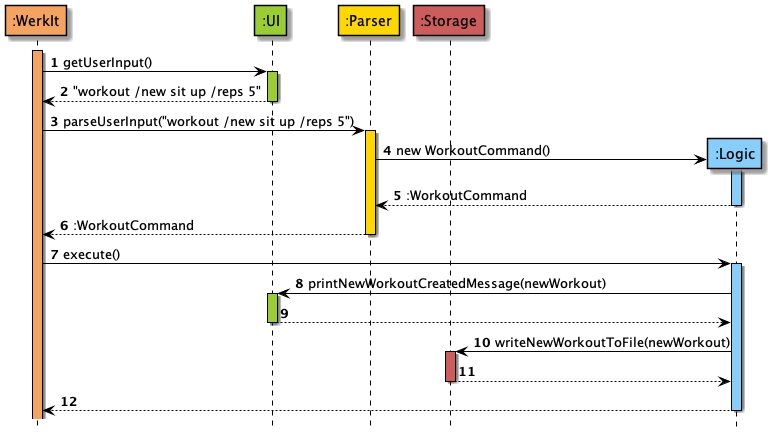
Above: docs/uml/sequenceDiagrams/miscellaneous/images/ArchitectureSequenceDiagram.png in nus-cs2113-AY2122S2/tp (PlantUML), before the change.
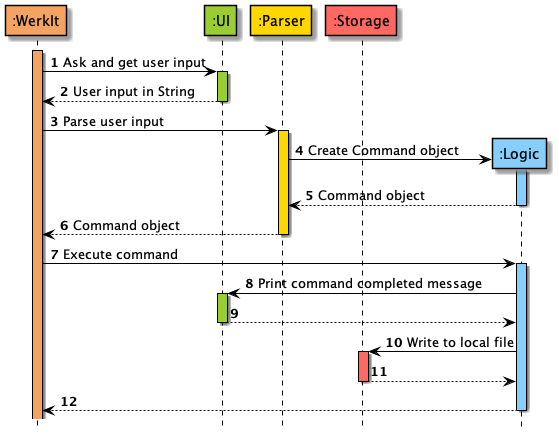
The same diagram one commit later.

Commit message:
Update the sequence diagram and class diagram

Diff of the diagram source:
```diff
@@ -4,38 +4,38 @@
 
 autonumber
 
-Participant ":WerkIt" as WerkIt #Sandybrown
-Participant ":UI" as UI #YellowGreen
-Participant ":Parser" as Parser #Gold
-Participant ":Storage" as Storage #IndianRed
+Participant ":WerkIt" as WerkIt COLOR_WERKIT
+Participant ":UI" as UI COLOR_UI
+Participant ":Parser" as Parser COLOR_PARSER
+Participant ":Storage" as Storage COLOR_STORAGE
 
-activate WerkIt #Sandybrown
-WerkIt -> UI : getUserInput()
-activate UI #YellowGreen
-return "workout /new sit up /reps 5"
+activate WerkIt COLOR_WERKIT
+WerkIt -> UI : Ask and get user input
+activate UI COLOR_UI
+return User input in String
 deactivate UI
 
-WerkIt -> Parser : parseUserInput("workout /new sit up /reps 5")
-activate Parser #Gold
+WerkIt -> Parser : Parse user input
+activate Parser COLOR_PARSER
 
 create ":Logic" as Logic #LightSkyBlue
-Parser -> Logic : new WorkoutCommand()
+Parser -> Logic : Create Command object
 activate Logic #LightSkyBlue
-return :WorkoutCommand
+return Command object
 
-Parser --> WerkIt : :WorkoutCommand
+Parser --> WerkIt : Command object
 deactivate Parser
 
-WerkIt -> Logic : execute()
+WerkIt -> Logic : Execute command
 activate Logic #LightSkyBlue
 
-Logic -> UI : printNewWorkoutCreatedMessage(newWorkout)
-activate UI #YellowGreen
+Logic -> UI : Print command completed message
+activate UI COLOR_UI
 return
 deactivate UI
 
-Logic -> Storage : writeNewWorkoutToFile(newWorkout)
-activate Storage #IndianRed
+Logic -> Storage : Write to local file
+activate Storage COLOR_STORAGE
 return
 deactivate Storage
 
```
